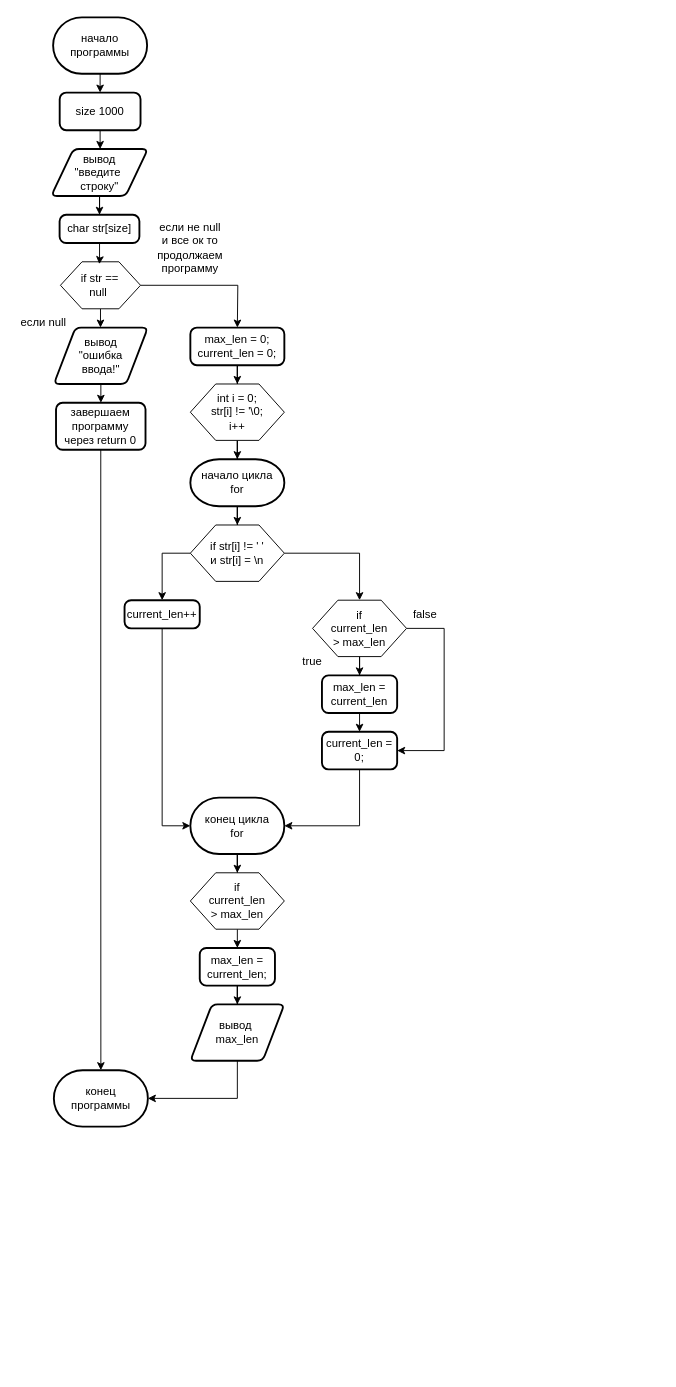
Above: 08 - STRINGS/2/2.drawio in DuSommeil/homework (draw.io), before the change. Source tidied: cells renumbered, new cells numbered last; positions are measured from the earlier drawing's top-left corner, leaving out a move shared by most shapes. Both pictures are drawn from the tidied source at 94%, with x=0, y=0 at pixel (15, 17).
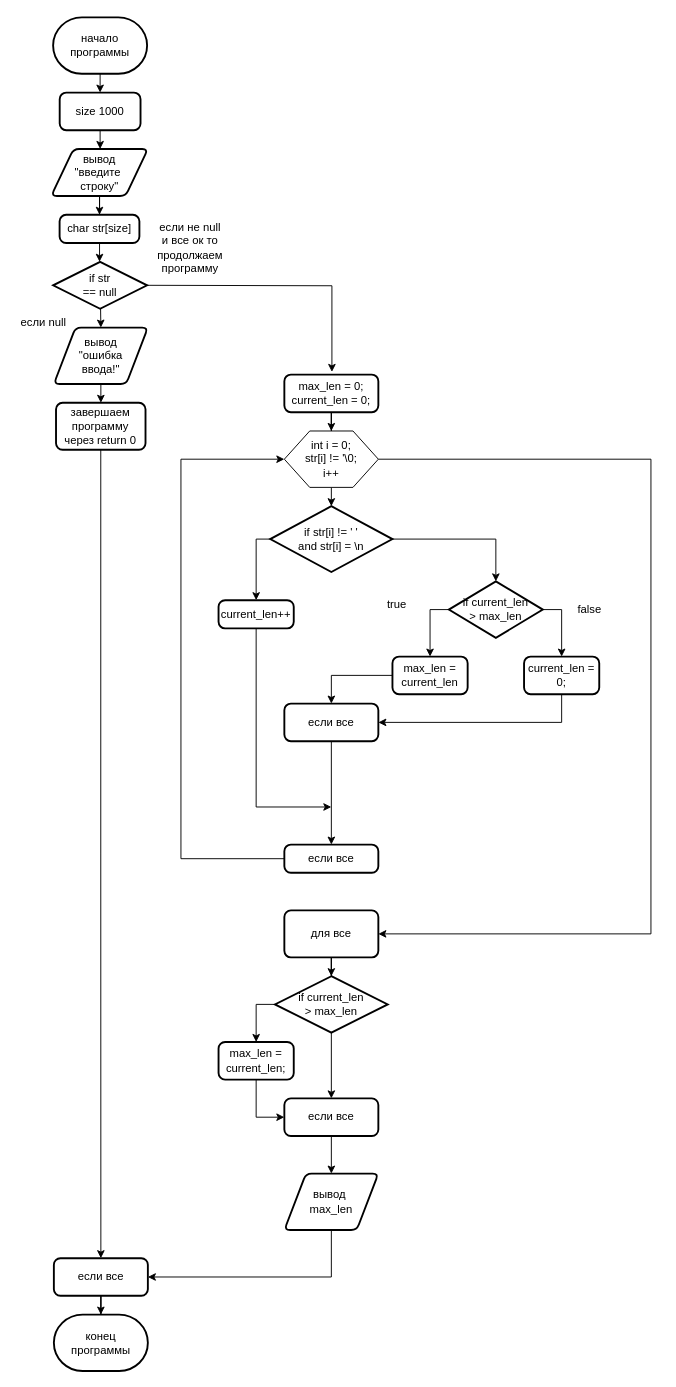
The same page after the edit.

Unchanged cells that the change refers to:
```xml
<mxCell id="8" value="char str[size]" style="rounded=1;whiteSpace=wrap;html=1;absoluteArcSize=1;arcSize=14;strokeWidth=2;" parent="1" vertex="1">
  <mxGeometry x="46.9" y="210" width="84.9" height="30" as="geometry" />
</mxCell>
<mxCell id="15" value="вывод&lt;br&gt;&quot;ошибка&lt;br&gt;ввода!&quot;" style="shape=parallelogram;html=1;strokeWidth=2;perimeter=parallelogramPerimeter;whiteSpace=wrap;rounded=1;arcSize=12;size=0.23;" parent="1" vertex="1">
  <mxGeometry x="40.8" y="330" width="100" height="60" as="geometry" />
</mxCell>
<mxCell id="17" value="завершаем программу&lt;div&gt;через return 0&lt;/div&gt;" style="rounded=1;whiteSpace=wrap;html=1;absoluteArcSize=1;arcSize=14;strokeWidth=2;" parent="1" vertex="1">
  <mxGeometry x="43.1" y="410" width="95.2" height="50" as="geometry" />
</mxCell>
```

The edit, as a diff of the source:
```diff
@@
-    <mxCell id="9" style="edgeStyle=orthogonalEdgeStyle;rounded=0;jettySize=auto;html=1;entryX=0.5;entryY=0;entryDx=0;entryDy=0;" parent="1" edge="1" source="11" target="15">
-      <mxGeometry relative="1" as="geometry" />
+    <mxCell id="9" style="edgeStyle=orthogonalEdgeStyle;rounded=0;jettySize=auto;html=1;entryX=0.5;entryY=0;entryDx=0;entryDy=0;" parent="1" edge="1" target="15">
+      <mxGeometry relative="1" as="geometry">
+        <mxPoint x="90.5" y="310" as="sourcePoint" />
+      </mxGeometry>
     </mxCell>
-    <mxCell id="10" style="edgeStyle=orthogonalEdgeStyle;rounded=0;jettySize=auto;html=1;" parent="1" edge="1" source="11">
+    <mxCell id="10" style="edgeStyle=orthogonalEdgeStyle;rounded=0;jettySize=auto;html=1;entryX=0.506;entryY=-0.071;entryDx=0;entryDy=0;entryPerimeter=0;" parent="1" edge="1" target="19">
       <mxGeometry relative="1" as="geometry">
-        <mxPoint x="236" y="330" as="targetPoint" />
+        <mxPoint x="133" y="285" as="sourcePoint" />
       </mxGeometry>
     </mxCell>
-    <mxCell id="11" style="verticalLabelPosition=bottom;verticalAlign=top;html=1;shape=hexagon;perimeter=hexagonPerimeter2;arcSize=6;size=0.27;" parent="1" vertex="1">
-      <mxGeometry x="47.8" y="260" width="85.2" height="50" as="geometry" />
-    </mxCell>
-    <mxCell id="12" style="edgeStyle=orthogonalEdgeStyle;rounded=0;jettySize=auto;html=1;entryX=0.486;entryY=0.05;entryDx=0;entryDy=0;entryPerimeter=0;" parent="1" edge="1" source="8" target="11">
-      <mxGeometry relative="1" as="geometry" />
-    </mxCell>
-    <mxCell id="13" value="if str == null&amp;nbsp;" style="text;strokeColor=none;align=center;fillColor=none;html=1;verticalAlign=middle;whiteSpace=wrap;rounded=0;" parent="1" vertex="1">
-      <mxGeometry x="60.4" y="270" width="60" height="30" as="geometry" />
-    </mxCell>
@@
-    <mxCell id="16" style="edgeStyle=orthogonalEdgeStyle;rounded=0;jettySize=auto;html=1;" parent="1" edge="1" source="17" target="52">
-      <mxGeometry relative="1" as="geometry" />
-    </mxCell>
+    <mxCell id="53" style="edgeStyle=orthogonalEdgeStyle;rounded=0;jettySize=auto;html=1;entryX=0.5;entryY=0;entryDx=0;entryDy=0;" parent="1" edge="1" source="17" target="78">
+      <mxGeometry relative="1" as="geometry" />
+    </mxCell>
@@
     <mxCell id="19" value="max_len = 0; current_len = 0;" style="rounded=1;whiteSpace=wrap;html=1;absoluteArcSize=1;arcSize=14;strokeWidth=2;" parent="1" vertex="1">
-      <mxGeometry x="186" y="330" width="100" height="40" as="geometry" />
+      <mxGeometry x="286" y="380" width="100" height="40" as="geometry" />
     </mxCell>
-    <mxCell id="20" style="edgeStyle=orthogonalEdgeStyle;rounded=0;jettySize=auto;html=1;" parent="1" edge="1" source="21" target="26">
-      <mxGeometry relative="1" as="geometry" />
+    <mxCell id="20" style="edgeStyle=orthogonalEdgeStyle;rounded=0;jettySize=auto;html=1;" parent="1" edge="1" source="21">
+      <mxGeometry relative="1" as="geometry">
+        <mxPoint x="336" y="520" as="targetPoint" />
+      </mxGeometry>
     </mxCell>
+    <mxCell id="54" style="edgeStyle=orthogonalEdgeStyle;rounded=0;jettySize=auto;html=1;" parent="1" edge="1" source="21" target="69">
+      <mxGeometry relative="1" as="geometry">
+        <Array as="points">
+          <mxPoint x="676" y="470" />
+          <mxPoint x="676" y="975" />
+        </Array>
+      </mxGeometry>
+    </mxCell>
     <mxCell id="21" style="verticalLabelPosition=bottom;verticalAlign=top;html=1;shape=hexagon;perimeter=hexagonPerimeter2;arcSize=6;size=0.27;" parent="1" vertex="1">
-      <mxGeometry x="186" y="390" width="100" height="60" as="geometry" />
+      <mxGeometry x="286" y="440" width="100" height="60" as="geometry" />
     </mxCell>
@@
     <mxCell id="24" value="int i = 0; str[i] != '\0; i++" style="text;strokeColor=none;align=center;fillColor=none;html=1;verticalAlign=middle;whiteSpace=wrap;rounded=0;" parent="1" vertex="1">
-      <mxGeometry x="206" y="405" width="60" height="30" as="geometry" />
+      <mxGeometry x="306" y="455" width="60" height="30" as="geometry" />
     </mxCell>
-    <mxCell id="25" style="edgeStyle=orthogonalEdgeStyle;rounded=0;jettySize=auto;html=1;entryX=0.5;entryY=0;entryDx=0;entryDy=0;" parent="1" edge="1" source="26" target="29">
-      <mxGeometry relative="1" as="geometry" />
-    </mxCell>
-    <mxCell id="26" value="начало цикла&lt;br&gt;for" style="strokeWidth=2;html=1;shape=mxgraph.flowchart.terminator;whiteSpace=wrap;" parent="1" vertex="1">
-      <mxGeometry x="186" y="470" width="100" height="50" as="geometry" />
-    </mxCell>
-    <mxCell id="27" style="edgeStyle=orthogonalEdgeStyle;rounded=0;jettySize=auto;html=1;" parent="1" edge="1" source="29" target="32">
-      <mxGeometry relative="1" as="geometry">
-        <Array as="points">
-          <mxPoint x="156" y="570" />
-        </Array>
-      </mxGeometry>
-    </mxCell>
-    <mxCell id="28" style="edgeStyle=orthogonalEdgeStyle;rounded=0;jettySize=auto;html=1;entryX=0.5;entryY=0;entryDx=0;entryDy=0;" parent="1" edge="1" source="29" target="35">
-      <mxGeometry relative="1" as="geometry" />
-    </mxCell>
-    <mxCell id="29" style="verticalLabelPosition=bottom;verticalAlign=top;html=1;shape=hexagon;perimeter=hexagonPerimeter2;arcSize=6;size=0.27;" parent="1" vertex="1">
-      <mxGeometry x="186" y="540" width="100" height="60" as="geometry" />
-    </mxCell>
-    <mxCell id="30" value="if str[i] != ' '&lt;div&gt;и str[i] = \n&lt;/div&gt;" style="text;strokeColor=none;align=center;fillColor=none;html=1;verticalAlign=middle;whiteSpace=wrap;rounded=0;" parent="1" vertex="1">
-      <mxGeometry x="206" y="555" width="60" height="30" as="geometry" />
-    </mxCell>
-    <mxCell id="31" style="edgeStyle=orthogonalEdgeStyle;rounded=0;jettySize=auto;html=1;" parent="1" edge="1" source="32" target="44">
-      <mxGeometry relative="1" as="geometry">
-        <Array as="points">
-          <mxPoint x="156" y="860" />
-        </Array>
-      </mxGeometry>
-    </mxCell>
+    <mxCell id="55" style="edgeStyle=orthogonalEdgeStyle;rounded=0;jettySize=auto;html=1;" parent="1" edge="1" source="32">
+      <mxGeometry relative="1" as="geometry">
+        <mxPoint x="336" y="840" as="targetPoint" />
+        <Array as="points">
+          <mxPoint x="256" y="840" />
+        </Array>
+      </mxGeometry>
+    </mxCell>
     <mxCell id="32" value="current_len++" style="rounded=1;whiteSpace=wrap;html=1;absoluteArcSize=1;arcSize=14;strokeWidth=2;" parent="1" vertex="1">
-      <mxGeometry x="116" y="620" width="80" height="30" as="geometry" />
+      <mxGeometry x="216" y="620" width="80" height="30" as="geometry" />
     </mxCell>
-    <mxCell id="33" style="edgeStyle=orthogonalEdgeStyle;rounded=0;jettySize=auto;html=1;" parent="1" edge="1" source="35" target="38">
-      <mxGeometry relative="1" as="geometry" />
-    </mxCell>
-    <mxCell id="34" style="edgeStyle=orthogonalEdgeStyle;rounded=0;jettySize=auto;html=1;" parent="1" edge="1" source="35" target="40">
-      <mxGeometry relative="1" as="geometry">
-        <Array as="points">
-          <mxPoint x="456" y="650" />
-          <mxPoint x="456" y="780" />
-        </Array>
-      </mxGeometry>
-    </mxCell>
-    <mxCell id="35" style="verticalLabelPosition=bottom;verticalAlign=top;html=1;shape=hexagon;perimeter=hexagonPerimeter2;arcSize=6;size=0.27;" parent="1" vertex="1">
-      <mxGeometry x="316" y="620" width="100" height="60" as="geometry" />
-    </mxCell>
-    <mxCell id="36" value="if current_len &amp;gt; max_len" style="text;strokeColor=none;align=center;fillColor=none;html=1;verticalAlign=middle;whiteSpace=wrap;rounded=0;" parent="1" vertex="1">
-      <mxGeometry x="336" y="635" width="60" height="30" as="geometry" />
-    </mxCell>
-    <mxCell id="37" style="edgeStyle=orthogonalEdgeStyle;rounded=0;jettySize=auto;html=1;" parent="1" edge="1" source="38">
-      <mxGeometry relative="1" as="geometry">
-        <mxPoint x="366" y="760" as="targetPoint" />
-      </mxGeometry>
-    </mxCell>
+    <mxCell id="56" style="edgeStyle=orthogonalEdgeStyle;rounded=0;jettySize=auto;html=1;entryX=0.5;entryY=0;entryDx=0;entryDy=0;" parent="1" edge="1" source="38" target="68">
+      <mxGeometry relative="1" as="geometry" />
+    </mxCell>
     <mxCell id="38" value="max_len = current_len" style="rounded=1;whiteSpace=wrap;html=1;absoluteArcSize=1;arcSize=14;strokeWidth=2;" parent="1" vertex="1">
-      <mxGeometry x="326" y="700" width="80" height="40" as="geometry" />
+      <mxGeometry x="401" y="680" width="80" height="40" as="geometry" />
     </mxCell>
-    <mxCell id="39" style="edgeStyle=orthogonalEdgeStyle;rounded=0;jettySize=auto;html=1;" parent="1" edge="1" source="40" target="44">
-      <mxGeometry relative="1" as="geometry">
-        <Array as="points">
-          <mxPoint x="366" y="860" />
-        </Array>
-      </mxGeometry>
-    </mxCell>
+    <mxCell id="57" style="edgeStyle=orthogonalEdgeStyle;rounded=0;jettySize=auto;html=1;entryX=1;entryY=0.5;entryDx=0;entryDy=0;" parent="1" edge="1" source="40" target="68">
+      <mxGeometry relative="1" as="geometry">
+        <Array as="points">
+          <mxPoint x="581" y="750" />
+        </Array>
+      </mxGeometry>
+    </mxCell>
     <mxCell id="40" value="current_len = 0;" style="rounded=1;whiteSpace=wrap;html=1;absoluteArcSize=1;arcSize=14;strokeWidth=2;" parent="1" vertex="1">
-      <mxGeometry x="326" y="760" width="80" height="40" as="geometry" />
+      <mxGeometry x="541" y="680" width="80" height="40" as="geometry" />
     </mxCell>
     <mxCell id="41" value="true" style="text;strokeColor=none;align=center;fillColor=none;html=1;verticalAlign=middle;whiteSpace=wrap;rounded=0;" parent="1" vertex="1">
-      <mxGeometry x="286" y="670" width="60" height="30" as="geometry" />
+      <mxGeometry x="376" y="610" width="60" height="30" as="geometry" />
     </mxCell>
     <mxCell id="42" value="false" style="text;strokeColor=none;align=center;fillColor=none;html=1;verticalAlign=middle;whiteSpace=wrap;rounded=0;" parent="1" vertex="1">
-      <mxGeometry x="406" y="620" width="60" height="30" as="geometry" />
+      <mxGeometry x="581" y="615" width="60" height="30" as="geometry" />
     </mxCell>
-    <mxCell id="43" style="edgeStyle=orthogonalEdgeStyle;rounded=0;jettySize=auto;html=1;" parent="1" edge="1" source="44" target="46">
-      <mxGeometry relative="1" as="geometry" />
-    </mxCell>
-    <mxCell id="44" value="конец цикла&lt;div&gt;for&lt;/div&gt;" style="strokeWidth=2;html=1;shape=mxgraph.flowchart.terminator;whiteSpace=wrap;" parent="1" vertex="1">
-      <mxGeometry x="186" y="830" width="100" height="60" as="geometry" />
-    </mxCell>
-    <mxCell id="45" style="edgeStyle=orthogonalEdgeStyle;rounded=0;jettySize=auto;html=1;" parent="1" edge="1" source="46">
-      <mxGeometry relative="1" as="geometry">
-        <mxPoint x="236" y="990" as="targetPoint" />
-      </mxGeometry>
-    </mxCell>
-    <mxCell id="46" style="verticalLabelPosition=bottom;verticalAlign=top;html=1;shape=hexagon;perimeter=hexagonPerimeter2;arcSize=6;size=0.27;" parent="1" vertex="1">
-      <mxGeometry x="186" y="910" width="100" height="60" as="geometry" />
-    </mxCell>
-    <mxCell id="47" value="if current_len &amp;gt; max_len" style="text;strokeColor=none;align=center;fillColor=none;html=1;verticalAlign=middle;whiteSpace=wrap;rounded=0;" parent="1" vertex="1">
-      <mxGeometry x="206" y="925" width="60" height="30" as="geometry" />
-    </mxCell>
-    <mxCell id="48" style="edgeStyle=orthogonalEdgeStyle;rounded=0;jettySize=auto;html=1;" parent="1" edge="1" source="49" target="51">
-      <mxGeometry relative="1" as="geometry" />
-    </mxCell>
+    <mxCell id="58" style="edgeStyle=orthogonalEdgeStyle;rounded=0;jettySize=auto;html=1;entryX=0;entryY=0.5;entryDx=0;entryDy=0;" parent="1" edge="1" source="49" target="77">
+      <mxGeometry relative="1" as="geometry" />
+    </mxCell>
     <mxCell id="49" value="max_len = current_len;" style="rounded=1;whiteSpace=wrap;html=1;absoluteArcSize=1;arcSize=14;strokeWidth=2;" parent="1" vertex="1">
-      <mxGeometry x="196" y="990" width="80" height="40" as="geometry" />
+      <mxGeometry x="216" y="1090" width="80" height="40" as="geometry" />
     </mxCell>
-    <mxCell id="50" style="edgeStyle=orthogonalEdgeStyle;rounded=0;jettySize=auto;html=1;" parent="1" edge="1" source="51" target="52">
-      <mxGeometry relative="1" as="geometry">
-        <Array as="points">
-          <mxPoint x="236" y="1150" />
-        </Array>
-      </mxGeometry>
-    </mxCell>
+    <mxCell id="59" style="edgeStyle=orthogonalEdgeStyle;rounded=0;jettySize=auto;html=1;entryX=1;entryY=0.5;entryDx=0;entryDy=0;" parent="1" edge="1" source="51" target="78">
+      <mxGeometry relative="1" as="geometry">
+        <Array as="points">
+          <mxPoint x="336" y="1340" />
+        </Array>
+      </mxGeometry>
+    </mxCell>
     <mxCell id="51" value="вывод&amp;nbsp;&lt;div&gt;max_len&lt;/div&gt;" style="shape=parallelogram;html=1;strokeWidth=2;perimeter=parallelogramPerimeter;whiteSpace=wrap;rounded=1;arcSize=12;size=0.23;" parent="1" vertex="1">
-      <mxGeometry x="186" y="1050" width="100" height="60" as="geometry" />
+      <mxGeometry x="286" y="1230" width="100" height="60" as="geometry" />
     </mxCell>
     <mxCell id="52" value="конец программы" style="strokeWidth=2;html=1;shape=mxgraph.flowchart.terminator;whiteSpace=wrap;" parent="1" vertex="1">
-      <mxGeometry x="40.8" y="1120" width="100" height="60" as="geometry" />
+      <mxGeometry x="40.8" y="1380" width="100" height="60" as="geometry" />
     </mxCell>
+    <mxCell id="13" value="if str&lt;div&gt;== null&lt;/div&gt;" style="strokeWidth=2;html=1;shape=mxgraph.flowchart.decision;whiteSpace=wrap;" parent="1" vertex="1">
+      <mxGeometry x="40" y="260" width="100" height="50" as="geometry" />
+    </mxCell>
+    <mxCell id="60" style="edgeStyle=orthogonalEdgeStyle;rounded=0;jettySize=auto;html=1;entryX=0.5;entryY=0;entryDx=0;entryDy=0;entryPerimeter=0;" parent="1" edge="1" source="8" target="13">
+      <mxGeometry relative="1" as="geometry" />
+    </mxCell>
+    <mxCell id="61" style="edgeStyle=orthogonalEdgeStyle;rounded=0;jettySize=auto;html=1;entryX=0.5;entryY=0;entryDx=0;entryDy=0;entryPerimeter=0;" parent="1" edge="1" source="63" target="66">
+      <mxGeometry relative="1" as="geometry" />
+    </mxCell>
+    <mxCell id="62" style="edgeStyle=orthogonalEdgeStyle;rounded=0;jettySize=auto;html=1;entryX=0.5;entryY=0;entryDx=0;entryDy=0;" parent="1" edge="1" source="63" target="32">
+      <mxGeometry relative="1" as="geometry">
+        <Array as="points">
+          <mxPoint x="256" y="555" />
+        </Array>
+      </mxGeometry>
+    </mxCell>
+    <mxCell id="63" value="if str[i] != ' '&lt;br&gt;and str[i] = \n" style="strokeWidth=2;html=1;shape=mxgraph.flowchart.decision;whiteSpace=wrap;" parent="1" vertex="1">
+      <mxGeometry x="271" y="520" width="130" height="70" as="geometry" />
+    </mxCell>
+    <mxCell id="64" style="edgeStyle=orthogonalEdgeStyle;rounded=0;jettySize=auto;html=1;entryX=0.5;entryY=0;entryDx=0;entryDy=0;" parent="1" edge="1" source="66" target="38">
+      <mxGeometry relative="1" as="geometry">
+        <Array as="points">
+          <mxPoint x="441" y="630" />
+        </Array>
+      </mxGeometry>
+    </mxCell>
+    <mxCell id="65" style="edgeStyle=orthogonalEdgeStyle;rounded=0;jettySize=auto;html=1;entryX=0.5;entryY=0;entryDx=0;entryDy=0;" parent="1" edge="1" source="66" target="40">
+      <mxGeometry relative="1" as="geometry">
+        <Array as="points">
+          <mxPoint x="581" y="630" />
+        </Array>
+      </mxGeometry>
+    </mxCell>
+    <mxCell id="66" value="if current_len&lt;div&gt;&amp;gt; max_len&lt;/div&gt;" style="strokeWidth=2;html=1;shape=mxgraph.flowchart.decision;whiteSpace=wrap;" parent="1" vertex="1">
+      <mxGeometry x="461" y="600" width="100" height="60" as="geometry" />
+    </mxCell>
+    <mxCell id="67" style="edgeStyle=orthogonalEdgeStyle;rounded=0;jettySize=auto;html=1;entryX=0.5;entryY=0;entryDx=0;entryDy=0;" parent="1" edge="1" source="68" target="71">
+      <mxGeometry relative="1" as="geometry" />
+    </mxCell>
+    <mxCell id="68" value="если все" style="rounded=1;whiteSpace=wrap;html=1;absoluteArcSize=1;arcSize=14;strokeWidth=2;" parent="1" vertex="1">
+      <mxGeometry x="286" y="730" width="100" height="40" as="geometry" />
+    </mxCell>
+    <mxCell id="69" value="для все" style="rounded=1;whiteSpace=wrap;html=1;absoluteArcSize=1;arcSize=14;strokeWidth=2;" parent="1" vertex="1">
+      <mxGeometry x="286" y="950" width="100" height="50" as="geometry" />
+    </mxCell>
+    <mxCell id="70" style="edgeStyle=orthogonalEdgeStyle;rounded=0;jettySize=auto;html=1;" parent="1" edge="1" source="71" target="21">
+      <mxGeometry relative="1" as="geometry">
+        <Array as="points">
+          <mxPoint x="176" y="895" />
+          <mxPoint x="176" y="470" />
+        </Array>
+      </mxGeometry>
+    </mxCell>
+    <mxCell id="71" value="если все" style="rounded=1;whiteSpace=wrap;html=1;absoluteArcSize=1;arcSize=14;strokeWidth=2;" parent="1" vertex="1">
+      <mxGeometry x="286" y="880" width="100" height="30" as="geometry" />
+    </mxCell>
+    <mxCell id="72" style="edgeStyle=orthogonalEdgeStyle;rounded=0;jettySize=auto;html=1;entryX=0.5;entryY=0;entryDx=0;entryDy=0;" parent="1" edge="1" source="74" target="49">
+      <mxGeometry relative="1" as="geometry">
+        <Array as="points">
+          <mxPoint x="256" y="1050" />
+        </Array>
+      </mxGeometry>
+    </mxCell>
+    <mxCell id="73" style="edgeStyle=orthogonalEdgeStyle;rounded=0;jettySize=auto;html=1;entryX=0.5;entryY=0;entryDx=0;entryDy=0;" parent="1" edge="1" source="74" target="77">
+      <mxGeometry relative="1" as="geometry" />
+    </mxCell>
+    <mxCell id="74" value="if current_len&lt;div&gt;&amp;gt; max_len&lt;/div&gt;" style="strokeWidth=2;html=1;shape=mxgraph.flowchart.decision;whiteSpace=wrap;" parent="1" vertex="1">
+      <mxGeometry x="276" y="1020" width="120" height="60" as="geometry" />
+    </mxCell>
+    <mxCell id="75" style="edgeStyle=orthogonalEdgeStyle;rounded=0;jettySize=auto;html=1;entryX=0.5;entryY=0;entryDx=0;entryDy=0;entryPerimeter=0;" parent="1" edge="1" source="69" target="74">
+      <mxGeometry relative="1" as="geometry" />
+    </mxCell>
+    <mxCell id="76" style="edgeStyle=orthogonalEdgeStyle;rounded=0;jettySize=auto;html=1;entryX=0.5;entryY=0;entryDx=0;entryDy=0;" parent="1" edge="1" source="77" target="51">
+      <mxGeometry relative="1" as="geometry" />
+    </mxCell>
+    <mxCell id="77" value="если все" style="rounded=1;whiteSpace=wrap;html=1;absoluteArcSize=1;arcSize=14;strokeWidth=2;" parent="1" vertex="1">
+      <mxGeometry x="286" y="1150" width="100" height="40" as="geometry" />
+    </mxCell>
+    <mxCell id="78" value="если все" style="rounded=1;whiteSpace=wrap;html=1;absoluteArcSize=1;arcSize=14;strokeWidth=2;" parent="1" vertex="1">
+      <mxGeometry x="40.8" y="1320" width="100" height="40" as="geometry" />
+    </mxCell>
+    <mxCell id="79" style="edgeStyle=orthogonalEdgeStyle;rounded=0;jettySize=auto;html=1;entryX=0.5;entryY=0;entryDx=0;entryDy=0;entryPerimeter=0;" parent="1" edge="1" source="78" target="52">
+      <mxGeometry relative="1" as="geometry" />
+    </mxCell>
```
